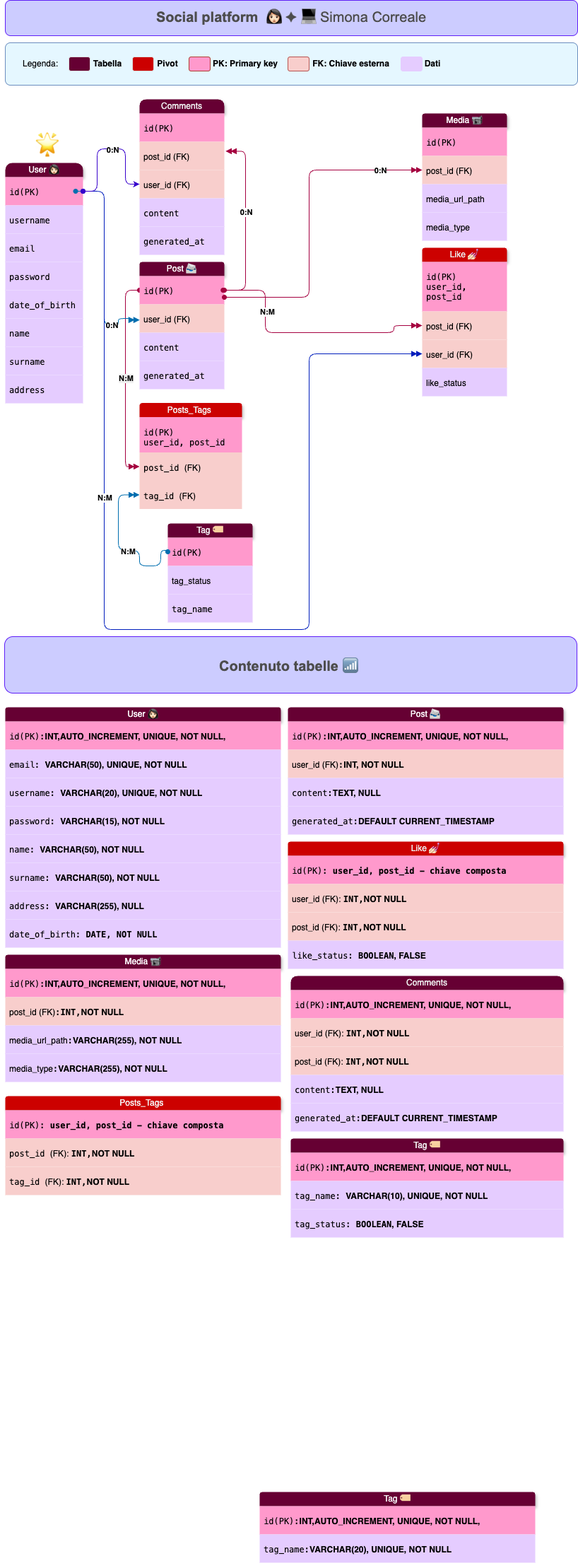
simonacorreale/social-platform keeps this draw.io diagram as SimonaCorreale_ER.png. Above is the earlier version. Source tidied: cells renumbered, new cells last; positions are measured from the earlier drawing's top-left corner, leaving out a move shared by most shapes.
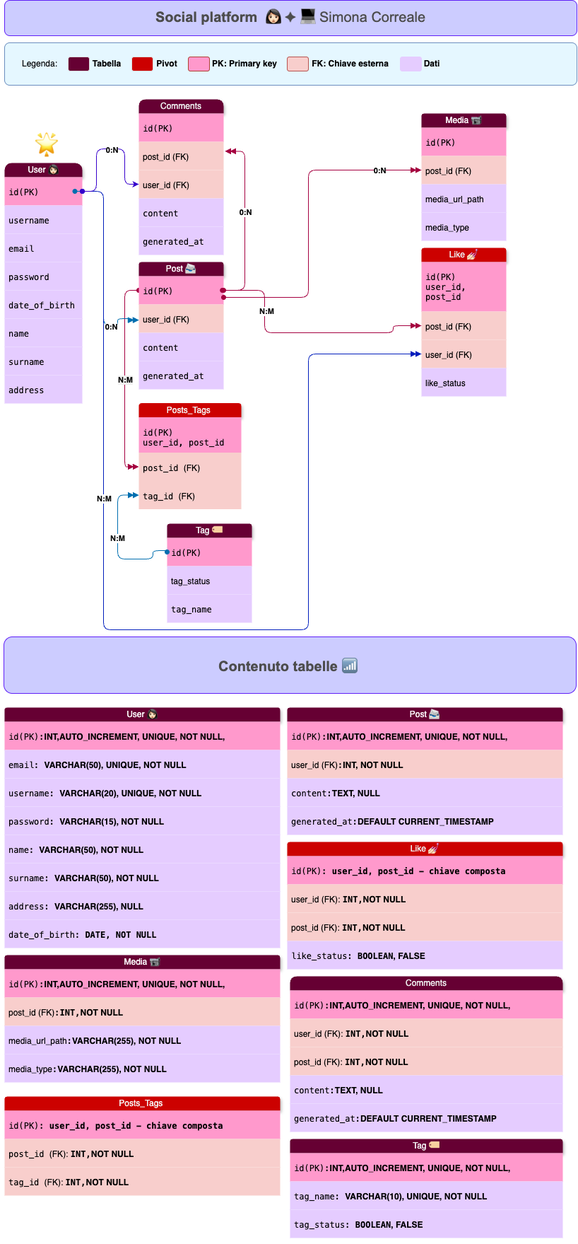
After the commit.

Commit message:
fix: tabel tag

Change to the diagram source:
```diff
@@ -261,17 +261,17 @@
       <mxGeometry relative="1" as="geometry">
         <Array as="points">
           <mxPoint x="161" y="700" />
-          <mxPoint x="161" y="778" />
-          <mxPoint x="191" y="778" />
-          <mxPoint x="191" y="800" />
-          <mxPoint x="221" y="800" />
-          <mxPoint x="221" y="778" />
+          <mxPoint x="161" y="790" />
+          <mxPoint x="211" y="790" />
+          <mxPoint x="211" y="778" />
           <mxPoint x="231" y="778" />
         </Array>
       </mxGeometry>
     </mxCell>
     <mxCell id="77" value="&lt;b&gt;N:M&lt;/b&gt;" style="edgeLabel;html=1;align=center;verticalAlign=middle;labelBackgroundColor=light-dark(#ffffff, #ededed);" parent="76" vertex="1">
-      <mxGeometry x="0.09" y="-1" relative="1" as="geometry" />
+      <mxGeometry x="0.09" y="-1" relative="1" as="geometry">
+        <mxPoint y="-21" as="offset" />
+      </mxGeometry>
     </mxCell>
     <mxCell id="78" style="edgeStyle=orthogonalEdgeStyle;rounded=1;jettySize=auto;html=1;entryX=0;entryY=0.5;entryDx=0;entryDy=0;curved=0;endArrow=doubleBlock;endFill=1;fillColor=#d80073;strokeColor=#A50040;startArrow=oval;startFill=1;" parent="1" edge="1" target="67">
       <mxGeometry relative="1" as="geometry">
@@ -289,15 +289,6 @@
         <mxPoint x="2" y="1" as="offset" />
       </mxGeometry>
     </mxCell>
-    <mxCell id="80" value="&lt;font style=&quot;color: rgb(245, 245, 245);&quot;&gt;Tag 🏷️&lt;/font&gt;" style="swimlane;fontStyle=0;horizontal=1;startSize=20;whiteSpace=wrap;html=1;fillColor=light-dark(#660033, #d75496);strokeColor=none;shadow=1;glass=0;rounded=1;comic=0;enumerate=0;fixedWidth=0;movableLabel=0;backgroundOutline=0;fixDash=1;arcSize=7;" parent="1" vertex="1">
-      <mxGeometry x="361" y="2110" width="390" height="100" as="geometry" />
-    </mxCell>
-    <mxCell id="81" value="&lt;p&gt;&lt;span style=&quot;font-family: monospace;&quot;&gt;id(PK):&lt;/span&gt;&lt;span style=&quot;color: light-dark(rgb(0, 0, 0), rgb(255, 255, 255)); background-color: transparent;&quot;&gt;&lt;b&gt;INT,AUTO_INCREMENT,&amp;nbsp;&lt;/b&gt;&lt;/span&gt;&lt;b style=&quot;background-color: transparent; color: light-dark(rgb(0, 0, 0), rgb(255, 255, 255));&quot;&gt;UNIQUE,&amp;nbsp;&lt;/b&gt;&lt;b style=&quot;background-color: transparent; color: light-dark(rgb(0, 0, 0), rgb(255, 255, 255));&quot;&gt;NOT NULL,&amp;nbsp;&lt;/b&gt;&lt;/p&gt;" style="text;strokeColor=none;fillColor=#FF99CC;align=left;verticalAlign=middle;spacingLeft=4;spacingRight=4;overflow=hidden;whiteSpace=wrap;html=1;rounded=0;glass=0;" parent="80" vertex="1">
-      <mxGeometry y="20" width="390" height="40" as="geometry" />
-    </mxCell>
-    <mxCell id="82" value="&lt;p&gt;&lt;code&gt;tag_name:&lt;/code&gt;&lt;span style=&quot;background-color: transparent; color: light-dark(rgb(0, 0, 0), rgb(255, 255, 255));&quot;&gt;&lt;b&gt;VARCHAR(20), UNIQUE, NOT NULL&lt;/b&gt;&lt;/span&gt;&lt;/p&gt;" style="text;strokeColor=none;fillColor=light-dark(#e5ccff, #1d293b);align=left;verticalAlign=middle;spacingLeft=4;spacingRight=4;overflow=hidden;whiteSpace=wrap;html=1;rounded=0;glass=0;imageHeight=24;labelPadding=0;" parent="80" vertex="1">
-      <mxGeometry y="60" width="390" height="40" as="geometry" />
-    </mxCell>
     <mxCell id="83" value="&lt;span style=&quot;color: rgb(237, 237, 237); text-align: left;&quot;&gt;Like 💅🏻&lt;/span&gt;" style="swimlane;fontStyle=0;horizontal=1;startSize=20;whiteSpace=wrap;html=1;fillColor=light-dark(#cc0100, #d75496);strokeColor=none;shadow=1;glass=0;rounded=1;comic=0;enumerate=0;fixedWidth=0;movableLabel=0;backgroundOutline=0;fixDash=1;arcSize=7;" parent="1" vertex="1">
       <mxGeometry x="401" y="1190" width="390" height="180" as="geometry" />
     </mxCell>
```
